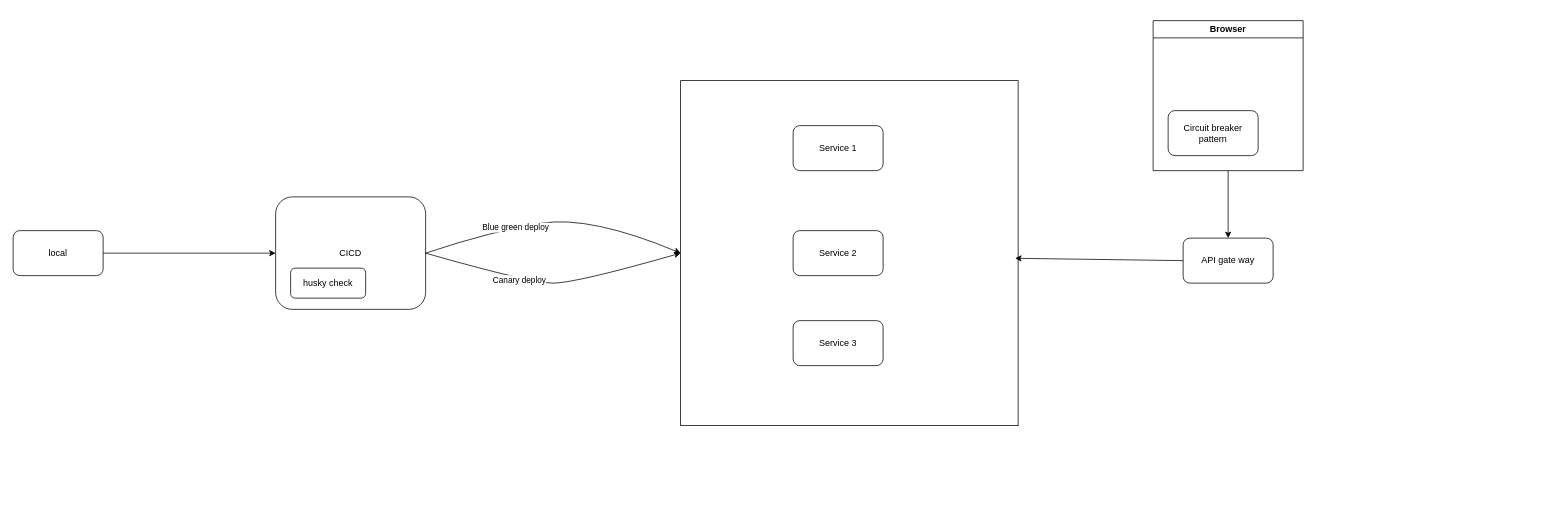
ntrong2009/diagrams keeps this draw.io diagram as backend-architechture.drawio. Above is the earlier version. Source tidied: cells renumbered, new cells numbered last; positions are measured from the earlier drawing's top-left corner, leaving out a move shared by most shapes. Both pictures are drawn from the tidied source at 75%, with x=0, y=0 at pixel (13, 20).
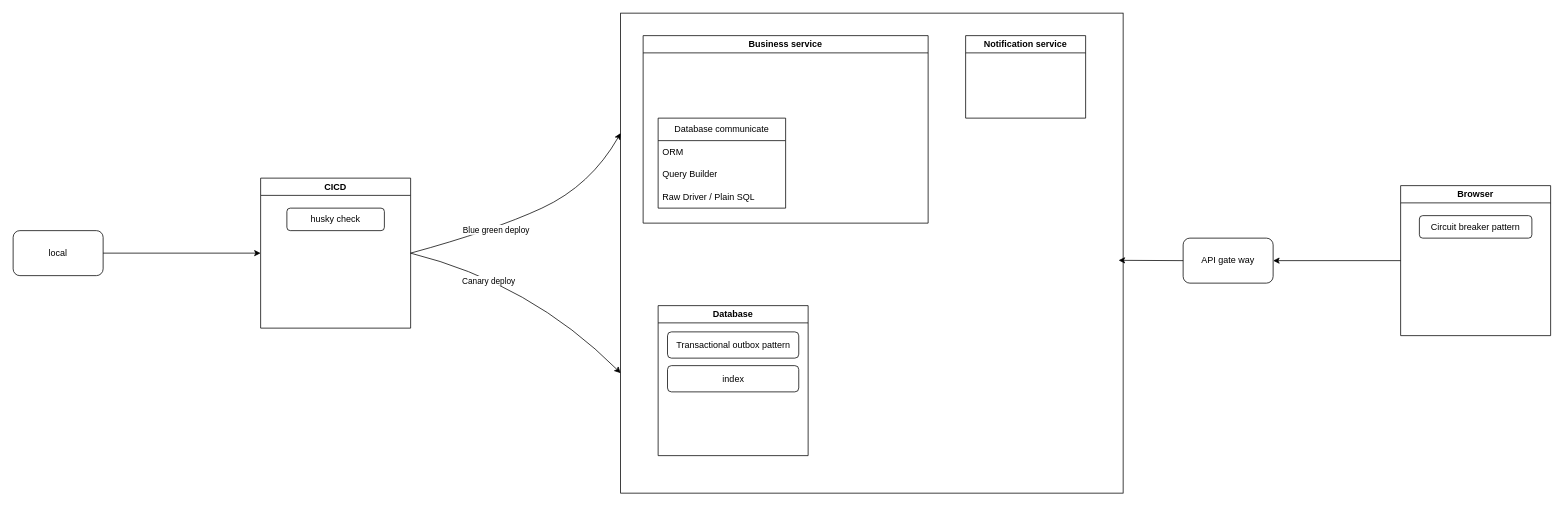
Above is the later version.

The change refers to these unchanged cells:
```xml
<mxCell id="11" value="API gate way" style="rounded=1;whiteSpace=wrap;html=1;" parent="1" vertex="1">
  <mxGeometry x="1560" y="290" width="120" height="60" as="geometry" />
</mxCell>
```

The edit, as a diff of the source:
```diff
@@
     <mxCell id="2" style="rounded=0;whiteSpace=wrap;html=1;" parent="1" vertex="1">
-      <mxGeometry x="890" y="80" width="450" height="460" as="geometry" />
+      <mxGeometry x="810" y="-10" width="670" height="640" as="geometry" />
     </mxCell>
-    <mxCell id="3" value="CICD" style="rounded=1;whiteSpace=wrap;html=1;" parent="1" vertex="1">
-      <mxGeometry x="350" y="235" width="200" height="150" as="geometry" />
-    </mxCell>
-    <mxCell id="4" value="Service 1" style="rounded=1;whiteSpace=wrap;html=1;" parent="1" vertex="1">
-      <mxGeometry x="1040" y="140" width="120" height="60" as="geometry" />
-    </mxCell>
-    <mxCell id="5" value="Service 2" style="rounded=1;whiteSpace=wrap;html=1;" parent="1" vertex="1">
-      <mxGeometry x="1040" y="280" width="120" height="60" as="geometry" />
-    </mxCell>
-    <mxCell id="6" style="curved=1;endArrow=classic;html=1;exitX=1;exitY=0.5;exitDx=0;exitDy=0;entryX=0;entryY=0.5;entryDx=0;entryDy=0;" parent="1" edge="1" source="3" target="2">
+    <mxCell id="6" style="curved=1;endArrow=classic;html=1;exitX=1;exitY=0.5;exitDx=0;exitDy=0;entryX=0;entryY=0.25;entryDx=0;entryDy=0;" parent="1" edge="1" source="3" target="2">
       <mxGeometry relative="1" as="geometry">
         <Array as="points">
           <mxPoint x="640" y="280" />
-          <mxPoint x="770" y="260" />
+          <mxPoint x="770" y="220" />
         </Array>
       </mxGeometry>
     </mxCell>
@@
-    <mxCell id="8" style="curved=1;endArrow=classic;html=1;exitX=1;exitY=0.5;exitDx=0;exitDy=0;entryX=0;entryY=0.5;entryDx=0;entryDy=0;" parent="1" edge="1" source="3" target="2">
+    <mxCell id="8" style="curved=1;endArrow=classic;html=1;exitX=1;exitY=0.5;exitDx=0;exitDy=0;entryX=0;entryY=0.75;entryDx=0;entryDy=0;" parent="1" edge="1" source="3" target="2">
       <mxGeometry relative="1" as="geometry">
         <Array as="points">
           <mxPoint x="690" y="350" />
-          <mxPoint x="750" y="350" />
         </Array>
       </mxGeometry>
     </mxCell>
     <mxCell id="9" value="Canary deploy" style="edgeLabel;html=1;align=center;verticalAlign=middle;" parent="8" vertex="1">
-      <mxGeometry x="-0.26" relative="1" as="geometry" />
+      <mxGeometry x="-0.26" relative="1" as="geometry">
+        <mxPoint x="-17" y="6" as="offset" />
+      </mxGeometry>
     </mxCell>
-    <mxCell id="10" value="Service 3" style="rounded=1;whiteSpace=wrap;html=1;" parent="1" vertex="1">
-      <mxGeometry x="1040" y="400" width="120" height="60" as="geometry" />
-    </mxCell>
@@
-    <mxCell id="12" style="endArrow=classic;html=1;exitX=0.5;exitY=1;exitDx=0;exitDy=0;entryX=0.5;entryY=0;entryDx=0;entryDy=0;" parent="1" edge="1" source="16" target="11">
+    <mxCell id="12" style="endArrow=classic;html=1;exitX=0;exitY=0.5;exitDx=0;exitDy=0;entryX=1;entryY=0.5;entryDx=0;entryDy=0;" parent="1" edge="1" source="16" target="11">
       <mxGeometry relative="1" as="geometry" />
     </mxCell>
@@
-    <mxCell id="15" value="husky check" style="rounded=1;whiteSpace=wrap;html=1;" parent="1" vertex="1">
-      <mxGeometry x="370" y="330" width="100" height="40" as="geometry" />
-    </mxCell>
     <mxCell id="16" value="Browser" style="swimlane;whiteSpace=wrap;html=1;" parent="1" vertex="1">
-      <mxGeometry x="1520" width="200" height="200" as="geometry" />
+      <mxGeometry x="1850" y="220" width="200" height="200" as="geometry" />
     </mxCell>
     <mxCell id="17" value="Circuit breaker pattern" style="rounded=1;whiteSpace=wrap;html=1;" parent="16" vertex="1">
-      <mxGeometry x="20" y="120" width="120" height="60" as="geometry" />
+      <mxGeometry x="25" y="40" width="150" height="30" as="geometry" />
     </mxCell>
@@
+    <mxCell id="19" value="Transactional outbox pattern" style="rounded=1;whiteSpace=wrap;html=1;" parent="1" vertex="1">
+      <mxGeometry x="872.5" y="415" width="175" height="35" as="geometry" />
+    </mxCell>
+    <mxCell id="20" value="Database" style="swimlane;whiteSpace=wrap;html=1;" parent="1" vertex="1">
+      <mxGeometry x="860" y="380" width="200" height="200" as="geometry" />
+    </mxCell>
+    <mxCell id="3" value="CICD" style="swimlane;whiteSpace=wrap;html=1;" parent="1" vertex="1">
+      <mxGeometry x="330" y="210" width="200" height="200" as="geometry" />
+    </mxCell>
+    <mxCell id="15" value="husky check" style="rounded=1;whiteSpace=wrap;html=1;" parent="3" vertex="1">
+      <mxGeometry x="35" y="40" width="130" height="30" as="geometry" />
+    </mxCell>
+    <mxCell id="21" value="Notification service" style="swimlane;whiteSpace=wrap;html=1;" parent="1" vertex="1">
+      <mxGeometry x="1270" y="20" width="160" height="110" as="geometry" />
+    </mxCell>
+    <mxCell id="22" value="Business service" style="swimlane;whiteSpace=wrap;html=1;" parent="1" vertex="1">
+      <mxGeometry x="840" y="20" width="380" height="250" as="geometry" />
+    </mxCell>
+    <mxCell id="23" value="Database communicate" style="swimlane;fontStyle=0;horizontal=1;startSize=30;whiteSpace=wrap;html=1;" parent="1" vertex="1">
+      <mxGeometry x="860" y="130" width="170" height="120" as="geometry" />
+    </mxCell>
+    <mxCell id="24" value="ORM" style="text;strokeColor=none;fillColor=none;align=left;verticalAlign=middle;spacingLeft=4;spacingRight=4;overflow=hidden;whiteSpace=wrap;html=1;" parent="23" vertex="1">
+      <mxGeometry y="30" width="170" height="30" as="geometry" />
+    </mxCell>
+    <mxCell id="25" value="Query Builder" style="text;strokeColor=none;fillColor=none;align=left;verticalAlign=middle;spacingLeft=4;spacingRight=4;overflow=hidden;whiteSpace=wrap;html=1;" parent="23" vertex="1">
+      <mxGeometry y="60" width="170" height="30" as="geometry" />
+    </mxCell>
+    <mxCell id="26" value="Raw Driver / Plain SQL" style="text;strokeColor=none;fillColor=none;align=left;verticalAlign=middle;spacingLeft=4;spacingRight=4;overflow=hidden;whiteSpace=wrap;html=1;" parent="23" vertex="1">
+      <mxGeometry y="90" width="170" height="30" as="geometry" />
+    </mxCell>
+    <mxCell id="27" value="index" style="rounded=1;whiteSpace=wrap;html=1;" parent="1" vertex="1">
+      <mxGeometry x="872.5" y="460" width="175" height="35" as="geometry" />
+    </mxCell>
```
